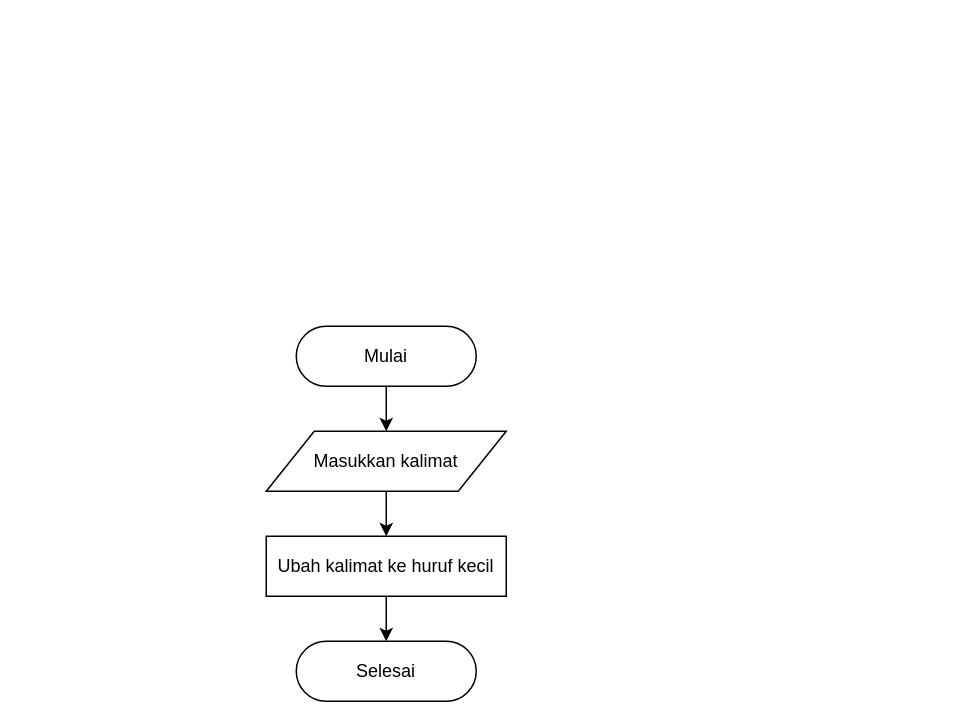
mksyfla/analysis-sentiment-using-svm keeps this draw.io diagram as page "Case Folding" (4 of 9) of Untitled Diagram.drawio. Above is the earlier version. Source tidied: cells renumbered, new cells numbered last; positions are measured from the earlier drawing's top-left corner, leaving out a move shared by most shapes. Both pictures are drawn from the tidied source at 150%, with x=0, y=0 at pixel (266, 326).
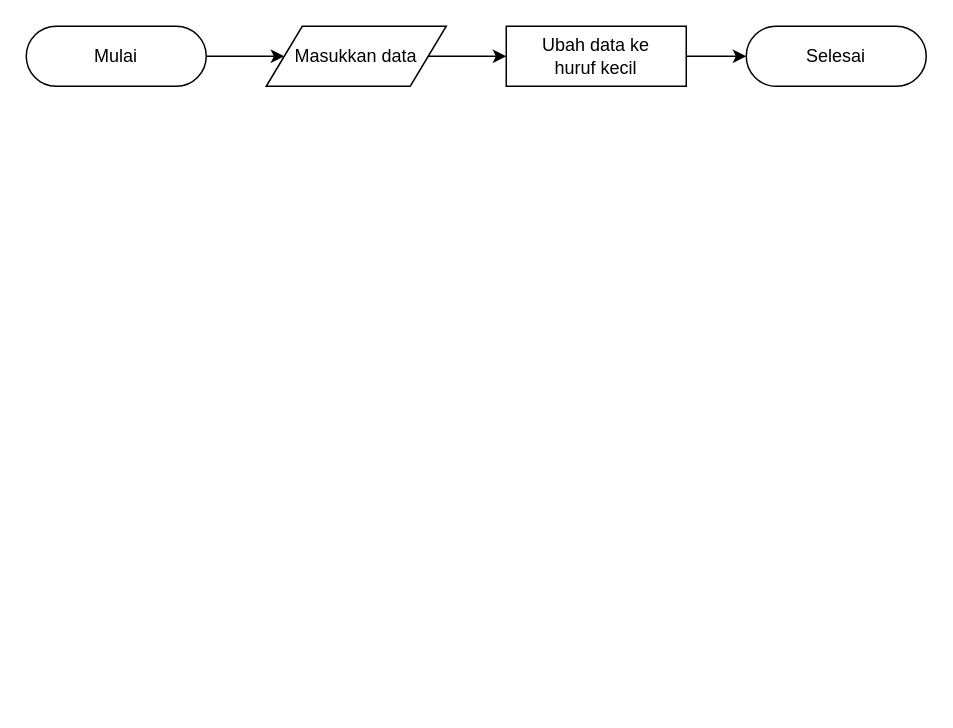
After the change.

What changed in the source:
```diff
@@
 <mxGraphModel>
   <root>
     <mxCell id="0" />
     <mxCell id="1" parent="0" />
     <mxCell id="2" style="edgeStyle=orthogonalEdgeStyle;rounded=0;jettySize=auto;html=1;" parent="1" edge="1" source="3" target="8">
       <mxGeometry relative="1" as="geometry" />
     </mxCell>
     <mxCell id="3" value="Mulai" style="html=1;dashed=0;whiteSpace=wrap;shape=mxgraph.dfd.start;" parent="1" vertex="1">
-      <mxGeometry x="20" width="120" height="40" as="geometry" />
+      <mxGeometry x="-160" y="-200" width="120" height="40" as="geometry" />
     </mxCell>
     <mxCell id="4" value="Selesai" style="html=1;dashed=0;whiteSpace=wrap;shape=mxgraph.dfd.start;" parent="1" vertex="1">
-      <mxGeometry x="20" y="210" width="120" height="40" as="geometry" />
+      <mxGeometry x="320" y="-200" width="120" height="40" as="geometry" />
     </mxCell>
     <mxCell id="5" style="edgeStyle=orthogonalEdgeStyle;rounded=0;jettySize=auto;html=1;" parent="1" edge="1" source="6" target="4">
       <mxGeometry relative="1" as="geometry" />
     </mxCell>
-    <mxCell id="6" value="Ubah kalimat ke huruf kecil" style="html=1;dashed=0;whiteSpace=wrap;" parent="1" vertex="1">
-      <mxGeometry y="140" width="160" height="40" as="geometry" />
+    <mxCell id="6" value="&lt;div&gt;Ubah data ke&lt;/div&gt;&lt;div&gt;huruf kecil&lt;/div&gt;" style="html=1;dashed=0;whiteSpace=wrap;" parent="1" vertex="1">
+      <mxGeometry x="160" y="-200" width="120" height="40" as="geometry" />
     </mxCell>
     <mxCell id="7" style="edgeStyle=orthogonalEdgeStyle;rounded=0;jettySize=auto;html=1;" parent="1" edge="1" source="8" target="6">
       <mxGeometry relative="1" as="geometry" />
     </mxCell>
-    <mxCell id="8" value="Masukkan kalimat" style="shape=parallelogram;perimeter=parallelogramPerimeter;whiteSpace=wrap;html=1;dashed=0;" parent="1" vertex="1">
-      <mxGeometry y="70" width="160" height="40" as="geometry" />
+    <mxCell id="8" value="Masukkan data" style="shape=parallelogram;perimeter=parallelogramPerimeter;whiteSpace=wrap;html=1;dashed=0;" parent="1" vertex="1">
+      <mxGeometry y="-200" width="120" height="40" as="geometry" />
     </mxCell>
   </root>
 </mxGraphModel>
```
